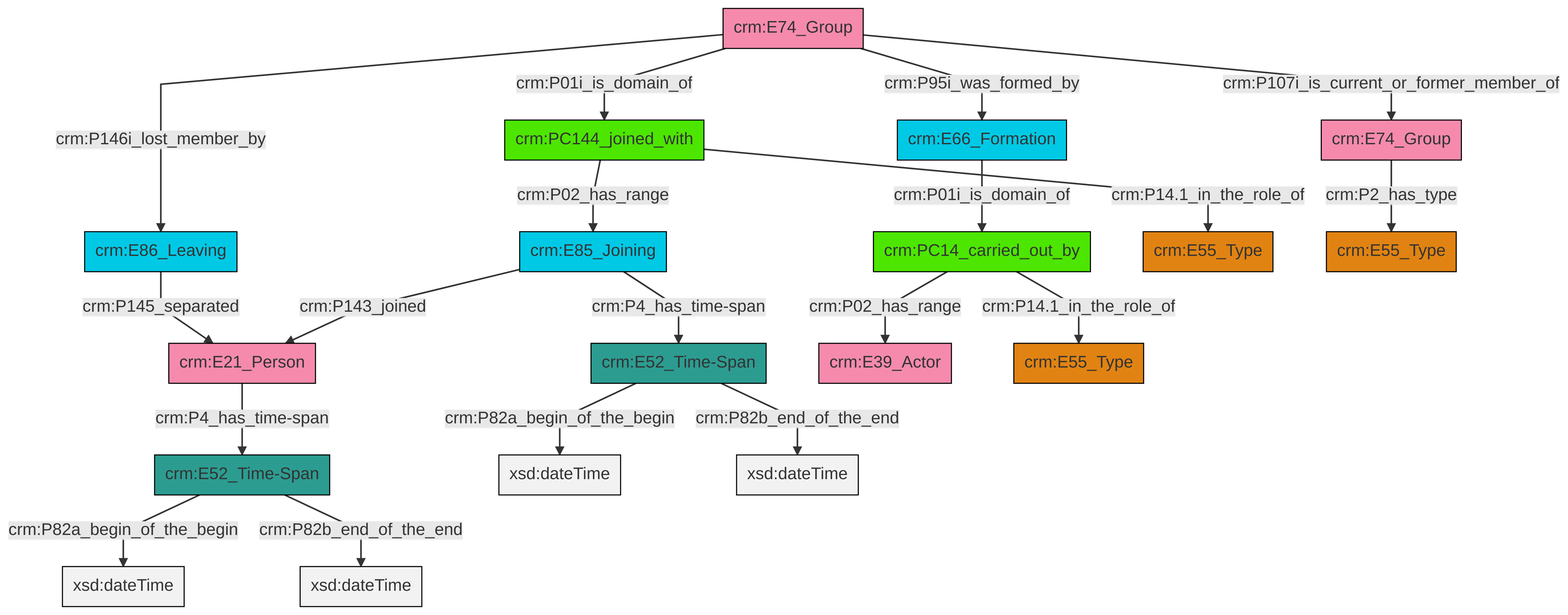
Above: et/groupCSV/ttl/mmd/png/group_actor_relations.png in swiss-art-research-net/reference-data-models (Mermaid), before the change. Its source is kept beside it as et/groupCSV/ttl/mmd/group_actor_relations.ttl.mmd.
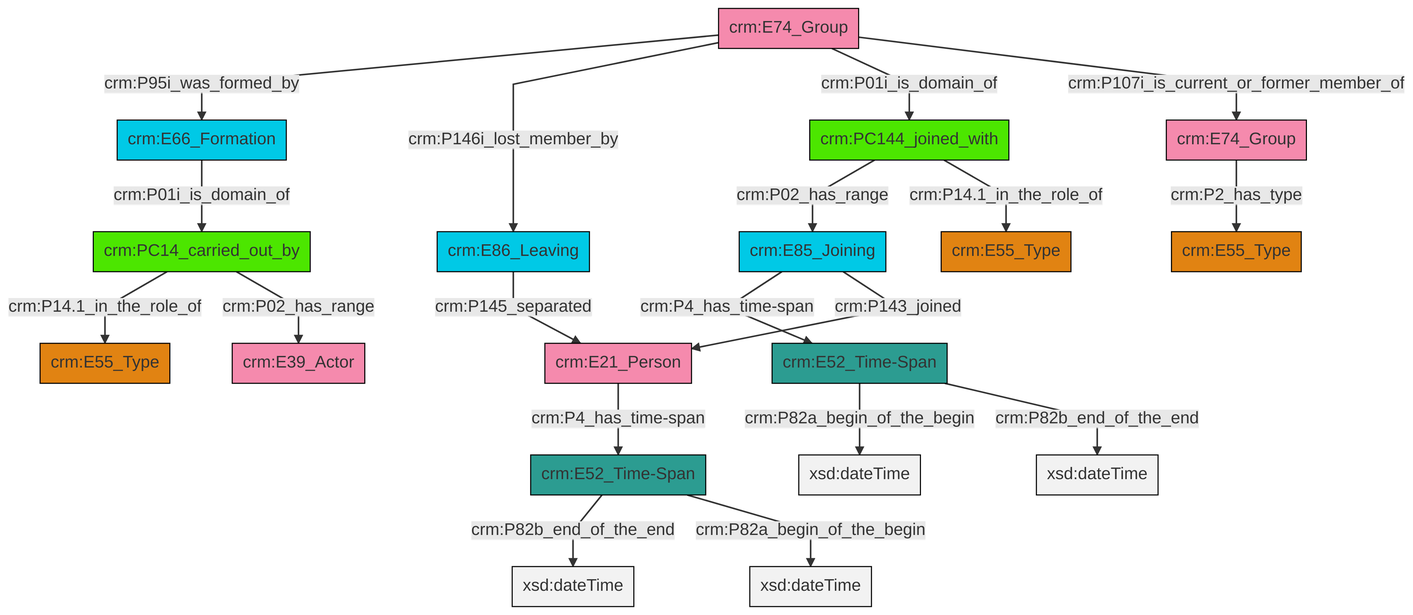
Above is the later version.

Diff of the diagram source:
```diff
@@ -13,21 +13,21 @@
 classDef PC_Classes fill:#4ce600, stroke:#000000;
 classDef Multi fill:#cccccc,stroke:#000000;
 
-2["crm:E85_Joining"]:::Temporal_Entity -->|crm:P143_joined| 3["crm:E21_Person"]:::Actor
-4["crm:E74_Group"]:::Actor -->|crm:P146i_lost_member_by| 5["crm:E86_Leaving"]:::Temporal_Entity
-5["crm:E86_Leaving"]:::Temporal_Entity -->|crm:P145_separated| 3["crm:E21_Person"]:::Actor
-2["crm:E85_Joining"]:::Temporal_Entity -->|crm:P4_has_time-span| 6["crm:E52_Time-Span"]:::Time-Span
-4["crm:E74_Group"]:::Actor -->|crm:P95i_was_formed_by| 7["crm:E66_Formation"]:::Temporal_Entity
-4["crm:E74_Group"]:::Actor -->|crm:P01i_is_domain_of| 8["crm:PC144_joined_with"]:::PC_Classes
-6["crm:E52_Time-Span"]:::Time-Span -->|crm:P82a_begin_of_the_begin| 9[xsd:dateTime]:::Literal
-7["crm:E66_Formation"]:::Temporal_Entity -->|crm:P01i_is_domain_of| 10["crm:PC14_carried_out_by"]:::PC_Classes
-8["crm:PC144_joined_with"]:::PC_Classes -->|crm:P02_has_range| 2["crm:E85_Joining"]:::Temporal_Entity
-10["crm:PC14_carried_out_by"]:::PC_Classes -->|crm:P02_has_range| 12["crm:E39_Actor"]:::Actor
-3["crm:E21_Person"]:::Actor -->|crm:P4_has_time-span| 0["crm:E52_Time-Span"]:::Time-Span
-8["crm:PC144_joined_with"]:::PC_Classes -->|crm:P14.1_in_the_role_of| 17["crm:E55_Type"]:::Type
-6["crm:E52_Time-Span"]:::Time-Span -->|crm:P82b_end_of_the_end| 20[xsd:dateTime]:::Literal
-0["crm:E52_Time-Span"]:::Time-Span -->|crm:P82a_begin_of_the_begin| 23[xsd:dateTime]:::Literal
-15["crm:E74_Group"]:::Actor -->|crm:P2_has_type| 24["crm:E55_Type"]:::Type
-0["crm:E52_Time-Span"]:::Time-Span -->|crm:P82b_end_of_the_end| 25[xsd:dateTime]:::Literal
-10["crm:PC14_carried_out_by"]:::PC_Classes -->|crm:P14.1_in_the_role_of| 13["crm:E55_Type"]:::Type
-4["crm:E74_Group"]:::Actor -->|crm:P107i_is_current_or_former_member_of| 15["crm:E74_Group"]:::Actor
+0["crm:PC144_joined_with"]:::PC_Classes -->|crm:P02_has_range| 1["crm:E85_Joining"]:::Temporal_Entity
+2["crm:E74_Group"]:::Actor -->|crm:P95i_was_formed_by| 3["crm:E66_Formation"]:::Temporal_Entity
+0["crm:PC144_joined_with"]:::PC_Classes -->|crm:P14.1_in_the_role_of| 7["crm:E55_Type"]:::Type
+10["crm:E52_Time-Span"]:::Time-Span -->|crm:P82b_end_of_the_end| 11[xsd:dateTime]:::Literal
+12["crm:E21_Person"]:::Actor -->|crm:P4_has_time-span| 10["crm:E52_Time-Span"]:::Time-Span
+17["crm:PC14_carried_out_by"]:::PC_Classes -->|crm:P14.1_in_the_role_of| 5["crm:E55_Type"]:::Type
+1["crm:E85_Joining"]:::Temporal_Entity -->|crm:P4_has_time-span| 18["crm:E52_Time-Span"]:::Time-Span
+8["crm:E74_Group"]:::Actor -->|crm:P2_has_type| 19["crm:E55_Type"]:::Type
+2["crm:E74_Group"]:::Actor -->|crm:P146i_lost_member_by| 21["crm:E86_Leaving"]:::Temporal_Entity
+2["crm:E74_Group"]:::Actor -->|crm:P01i_is_domain_of| 0["crm:PC144_joined_with"]:::PC_Classes
+17["crm:PC14_carried_out_by"]:::PC_Classes -->|crm:P02_has_range| 14["crm:E39_Actor"]:::Actor
+1["crm:E85_Joining"]:::Temporal_Entity -->|crm:P143_joined| 12["crm:E21_Person"]:::Actor
+3["crm:E66_Formation"]:::Temporal_Entity -->|crm:P01i_is_domain_of| 17["crm:PC14_carried_out_by"]:::PC_Classes
+21["crm:E86_Leaving"]:::Temporal_Entity -->|crm:P145_separated| 12["crm:E21_Person"]:::Actor
+10["crm:E52_Time-Span"]:::Time-Span -->|crm:P82a_begin_of_the_begin| 27[xsd:dateTime]:::Literal
+2["crm:E74_Group"]:::Actor -->|crm:P107i_is_current_or_former_member_of| 8["crm:E74_Group"]:::Actor
+18["crm:E52_Time-Span"]:::Time-Span -->|crm:P82a_begin_of_the_begin| 32[xsd:dateTime]:::Literal
+18["crm:E52_Time-Span"]:::Time-Span -->|crm:P82b_end_of_the_end| 34[xsd:dateTime]:::Literal
```
